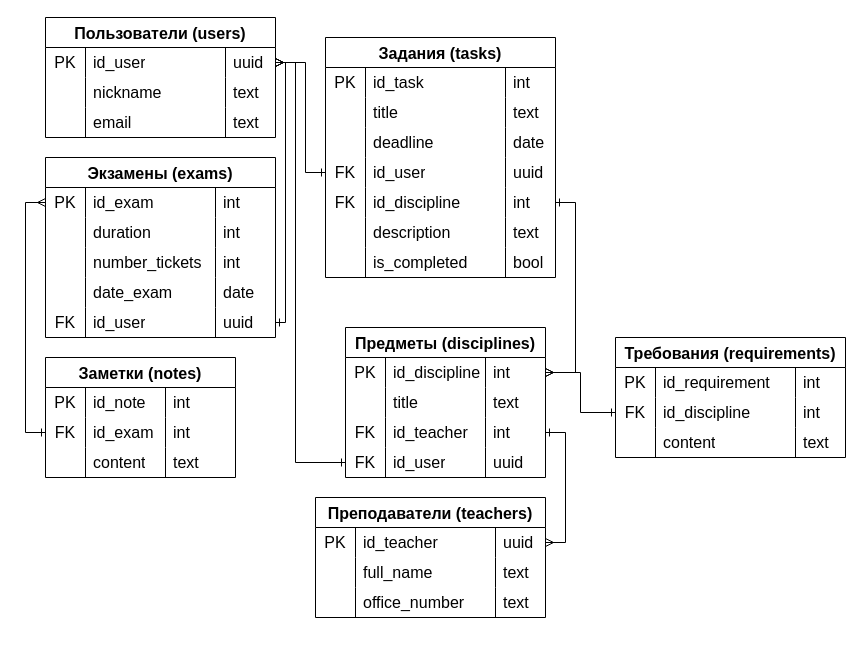
This is Серверная часть/StudyBudyAPI/Docs/StudyBuddyERScheme.drawio from klmnvan/study-buddy, a draw.io file, before an edit. Source tidied: cells renumbered, new cells numbered last; positions are measured from the earlier drawing's top-left corner, leaving out a move shared by most shapes. Both pictures are drawn from the tidied source at 100%, with x=0, y=0 at pixel (45, 17).
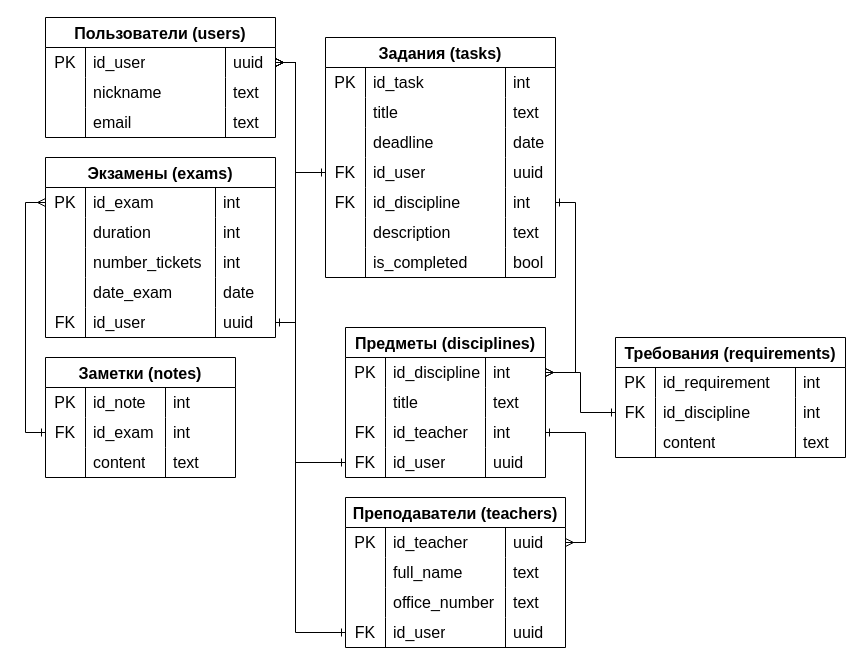
Above is the later version.

Commit message:
docs: исправлена ER диаграмма

The change refers to these unchanged cells:
```xml
<mxCell id="3" style="shape=tableRow;horizontal=0;startSize=0;swimlaneHead=0;swimlaneBody=0;top=0;left=0;bottom=0;right=0;fillColor=none;points=[[0,0.5],[1,0.5]];portConstraint=eastwest;strokeColor=inherit;fontSize=16;" parent="2" vertex="1">
  <mxGeometry y="30" width="230" height="30" as="geometry" />
</mxCell>
<mxCell id="62" style="shape=tableRow;horizontal=0;startSize=0;swimlaneHead=0;swimlaneBody=0;top=0;left=0;bottom=0;right=0;fillColor=none;points=[[0,0.5],[1,0.5]];portConstraint=eastwest;strokeColor=inherit;fontSize=16;" parent="45" vertex="1">
  <mxGeometry y="150" width="230" height="30" as="geometry" />
</mxCell>
<mxCell id="92" style="shape=tableRow;horizontal=0;startSize=0;swimlaneHead=0;swimlaneBody=0;top=0;left=0;bottom=0;right=0;fillColor=none;points=[[0,0.5],[1,0.5]];portConstraint=eastwest;strokeColor=inherit;fontSize=16;" parent="79" vertex="1">
  <mxGeometry y="120" width="230" height="30" as="geometry" />
</mxCell>
```

The edit, as a diff of the source:
```diff
@@
     <mxCell id="108" style="edgeStyle=orthogonalEdgeStyle;rounded=0;jettySize=auto;html=1;exitX=0;exitY=0.5;exitDx=0;exitDy=0;entryX=1;entryY=0.5;entryDx=0;entryDy=0;endArrow=ERmany;endFill=0;startArrow=ERone;startFill=0;" parent="1" edge="1" source="92" target="3">
       <mxGeometry relative="1" as="geometry">
         <Array as="points">
-          <mxPoint x="260" y="155" />
-          <mxPoint x="260" y="45" />
+          <mxPoint x="250" y="155" />
+          <mxPoint x="250" y="45" />
         </Array>
       </mxGeometry>
     </mxCell>
     <mxCell id="109" style="edgeStyle=orthogonalEdgeStyle;rounded=0;jettySize=auto;html=1;exitX=1;exitY=0.5;exitDx=0;exitDy=0;entryX=1;entryY=0.5;entryDx=0;entryDy=0;endArrow=ERmany;endFill=0;startArrow=ERone;startFill=0;" parent="1" edge="1" source="62" target="3">
       <mxGeometry relative="1" as="geometry">
         <Array as="points">
-          <mxPoint x="240" y="305" />
-          <mxPoint x="240" y="45" />
+          <mxPoint x="250" y="305" />
+          <mxPoint x="250" y="45" />
         </Array>
       </mxGeometry>
     </mxCell>
     <mxCell id="110" value="Преподаватели (teachers)" style="shape=table;startSize=30;childLayout=tableLayout;rowLines=0;fontStyle=1;strokeColor=default;fontSize=16;" parent="1" vertex="1">
-      <mxGeometry x="270" y="480" width="230" height="120" as="geometry" />
+      <mxGeometry x="300" y="480" width="220" height="150" as="geometry" />
     </mxCell>
     <mxCell id="111" style="shape=tableRow;horizontal=0;startSize=0;swimlaneHead=0;swimlaneBody=0;top=0;left=0;bottom=0;right=0;fillColor=none;points=[[0,0.5],[1,0.5]];portConstraint=eastwest;strokeColor=inherit;fontSize=16;" parent="110" vertex="1">
-      <mxGeometry y="30" width="230" height="30" as="geometry" />
+      <mxGeometry y="30" width="220" height="30" as="geometry" />
     </mxCell>
@@
     <mxCell id="113" value="id_teacher" style="shape=partialRectangle;html=1;whiteSpace=wrap;fillColor=none;top=0;left=0;bottom=0;right=0;align=left;spacingLeft=6;overflow=hidden;strokeColor=inherit;fontSize=16;" parent="111" vertex="1">
-      <mxGeometry x="40" width="140" height="30" as="geometry" />
+      <mxGeometry x="40" width="120" height="30" as="geometry" />
     </mxCell>
     <mxCell id="114" value="uuid" style="shape=partialRectangle;html=1;whiteSpace=wrap;fillColor=none;top=0;left=0;bottom=0;right=0;align=left;spacingLeft=6;overflow=hidden;strokeColor=inherit;fontSize=16;" parent="111" vertex="1">
-      <mxGeometry x="180" width="50" height="30" as="geometry" />
+      <mxGeometry x="160" width="60" height="30" as="geometry" />
     </mxCell>
     <mxCell id="115" style="shape=tableRow;horizontal=0;startSize=0;swimlaneHead=0;swimlaneBody=0;top=0;left=0;bottom=0;right=0;fillColor=none;strokeColor=inherit;fontSize=16;" parent="110" vertex="1">
-      <mxGeometry y="60" width="230" height="30" as="geometry" />
+      <mxGeometry y="60" width="220" height="30" as="geometry" />
     </mxCell>
@@
     <mxCell id="117" value="full_name" style="shape=partialRectangle;html=1;whiteSpace=wrap;fillColor=none;top=0;left=0;bottom=0;right=0;align=left;spacingLeft=6;overflow=hidden;strokeColor=inherit;fontSize=16;" parent="115" vertex="1">
-      <mxGeometry x="40" width="140" height="30" as="geometry" />
+      <mxGeometry x="40" width="120" height="30" as="geometry" />
     </mxCell>
     <mxCell id="118" value="text" style="shape=partialRectangle;html=1;whiteSpace=wrap;fillColor=none;top=0;left=0;bottom=0;right=0;align=left;spacingLeft=6;overflow=hidden;strokeColor=inherit;fontSize=16;" parent="115" vertex="1">
-      <mxGeometry x="180" width="50" height="30" as="geometry" />
+      <mxGeometry x="160" width="60" height="30" as="geometry" />
     </mxCell>
     <mxCell id="119" style="shape=tableRow;horizontal=0;startSize=0;swimlaneHead=0;swimlaneBody=0;top=0;left=0;bottom=0;right=0;fillColor=none;strokeColor=inherit;fontSize=16;" parent="110" vertex="1">
-      <mxGeometry y="90" width="230" height="30" as="geometry" />
+      <mxGeometry y="90" width="220" height="30" as="geometry" />
     </mxCell>
@@
     <mxCell id="121" value="office_number" style="shape=partialRectangle;html=1;whiteSpace=wrap;fillColor=none;top=0;left=0;bottom=0;right=0;align=left;spacingLeft=6;overflow=hidden;strokeColor=inherit;fontSize=16;" parent="119" vertex="1">
-      <mxGeometry x="40" width="140" height="30" as="geometry" />
+      <mxGeometry x="40" width="120" height="30" as="geometry" />
     </mxCell>
     <mxCell id="122" value="text" style="shape=partialRectangle;html=1;whiteSpace=wrap;fillColor=none;top=0;left=0;bottom=0;right=0;align=left;spacingLeft=6;overflow=hidden;strokeColor=inherit;fontSize=16;" parent="119" vertex="1">
-      <mxGeometry x="180" width="50" height="30" as="geometry" />
+      <mxGeometry x="160" width="60" height="30" as="geometry" />
     </mxCell>
+    <mxCell id="128" style="shape=tableRow;horizontal=0;startSize=0;swimlaneHead=0;swimlaneBody=0;top=0;left=0;bottom=0;right=0;fillColor=none;points=[[0,0.5],[1,0.5]];portConstraint=eastwest;strokeColor=inherit;fontSize=16;" parent="110" vertex="1">
+      <mxGeometry y="120" width="220" height="30" as="geometry" />
+    </mxCell>
+    <mxCell id="129" value="FK" style="shape=partialRectangle;html=1;whiteSpace=wrap;fillColor=none;top=0;left=0;bottom=0;right=0;overflow=hidden;strokeColor=inherit;fontSize=16;" parent="128" vertex="1">
+      <mxGeometry width="40" height="30" as="geometry" />
+    </mxCell>
+    <mxCell id="130" value="id_user" style="shape=partialRectangle;html=1;whiteSpace=wrap;fillColor=none;top=0;left=0;bottom=0;right=0;align=left;spacingLeft=6;overflow=hidden;strokeColor=inherit;fontSize=16;" parent="128" vertex="1">
+      <mxGeometry x="40" width="120" height="30" as="geometry" />
+    </mxCell>
+    <mxCell id="131" value="uuid" style="shape=partialRectangle;html=1;whiteSpace=wrap;fillColor=none;top=0;left=0;bottom=0;right=0;align=left;spacingLeft=6;overflow=hidden;strokeColor=inherit;fontSize=16;" parent="128" vertex="1">
+      <mxGeometry x="160" width="60" height="30" as="geometry" />
+    </mxCell>
@@
+    <mxCell id="132" style="edgeStyle=orthogonalEdgeStyle;rounded=0;jettySize=auto;html=1;entryX=1;entryY=0.5;entryDx=0;entryDy=0;endArrow=ERmany;endFill=0;startArrow=ERone;startFill=0;" parent="1" edge="1" source="128" target="3">
+      <mxGeometry relative="1" as="geometry">
+        <Array as="points">
+          <mxPoint x="250" y="615" />
+          <mxPoint x="250" y="45" />
+        </Array>
+      </mxGeometry>
+    </mxCell>
```
